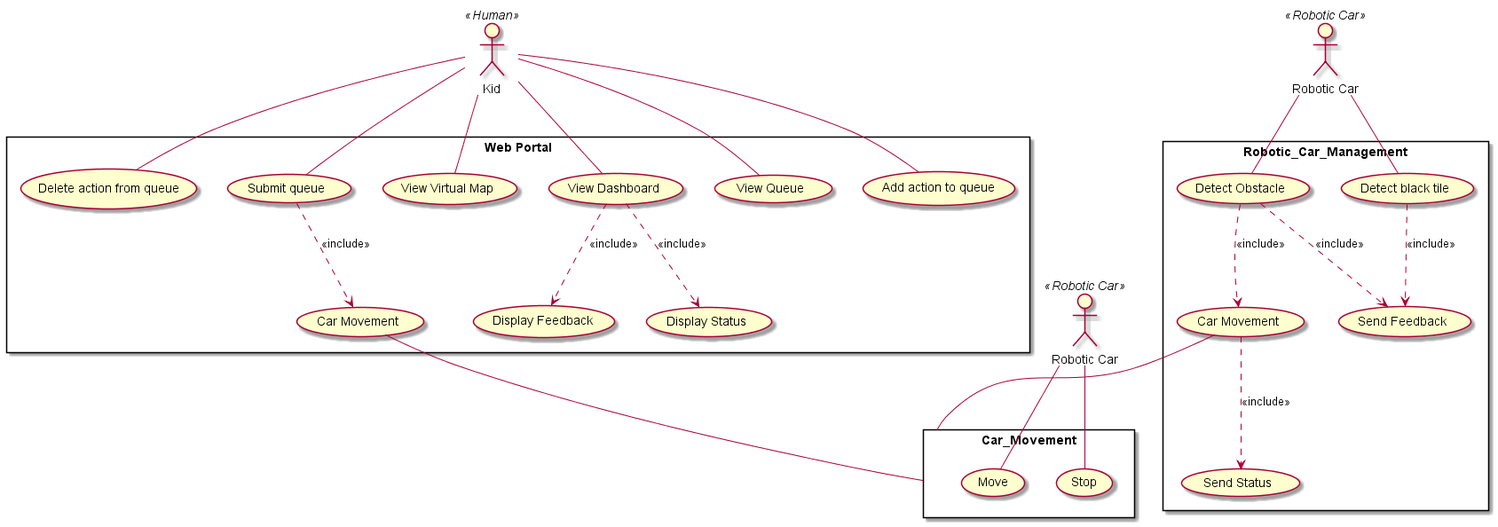
Earlier version of the PlantUML export Project Use-Case-Diagram.png (DanielFYJ/2101-2201-Project).
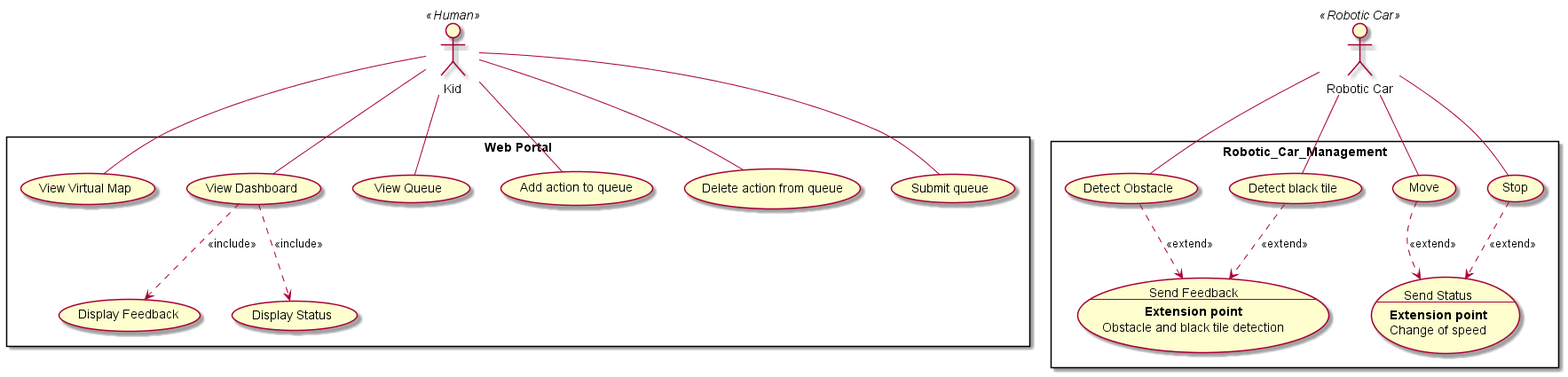
The same diagram one commit later.

The edit, as a diff of the source:
```diff
@@ -1,7 +1,6 @@
 @startuml
 actor "Kid" as kid << Human>>
 actor "Robotic Car" as Car << Robotic Car>>
-actor "Robotic Car" as Car2 << Robotic Car>>
 
 rectangle "Web Portal" {
     usecase "Display Feedback" as UC2
@@ -12,24 +11,21 @@
     usecase "Add action to queue" as UC8
     usecase "Delete action from queue" as UC9
     usecase "Submit queue" as UC10
-    usecase "Car Movement" as CM1
 }
 
 rectangle "Robotic_Car_Management" {
     usecase UC16 as "Detect Obstacle"
     usecase UC20 as "Detect black tile"
-    usecase UC22 as "Send Feedback"
-    usecase UC24 as "Send Status"
-    usecase "Car Movement" as CM2
-}
-
-rectangle "Car_Movement" {
+    usecase UC22 as "Send Feedback
+    --
+    **Extension point**\nObstacle and black tile detection"
+    usecase UC24 as "Send Status
+    --
+    **Extension point**\nChange of speed"
     usecase "Move" as MV
     usecase UC19 as "Stop"
 }
 
-    CM1 -- Car_Movement
-    CM2 -- Car_Movement
 
     kid -- UC4
     kid -- UC3
@@ -41,13 +37,13 @@
 
     Car -- UC16
     Car -- UC20
-    Car2 -- MV
-    Car2 -- UC19
-    CM2 ..> UC24 : <<include>>
-    UC16 ..> UC22 : <<include>>
-    UC16 ..> CM2 : <<include>>
-    UC20 ..> UC22 : <<include>>
-    UC10 ..> CM1 : <<include>>
+    Car -- MV
+    Car -- UC19
+
+    UC16 ..> UC22 : <<extend>>
+    UC20 ..> UC22 : <<extend>>
+    MV ..> UC24 : <<extend>>
+    UC19 ..> UC24 : <<extend>>
     UC4 ..> UC2 : <<include>>
     UC4 ..> UC23 : <<include>>
 
```
